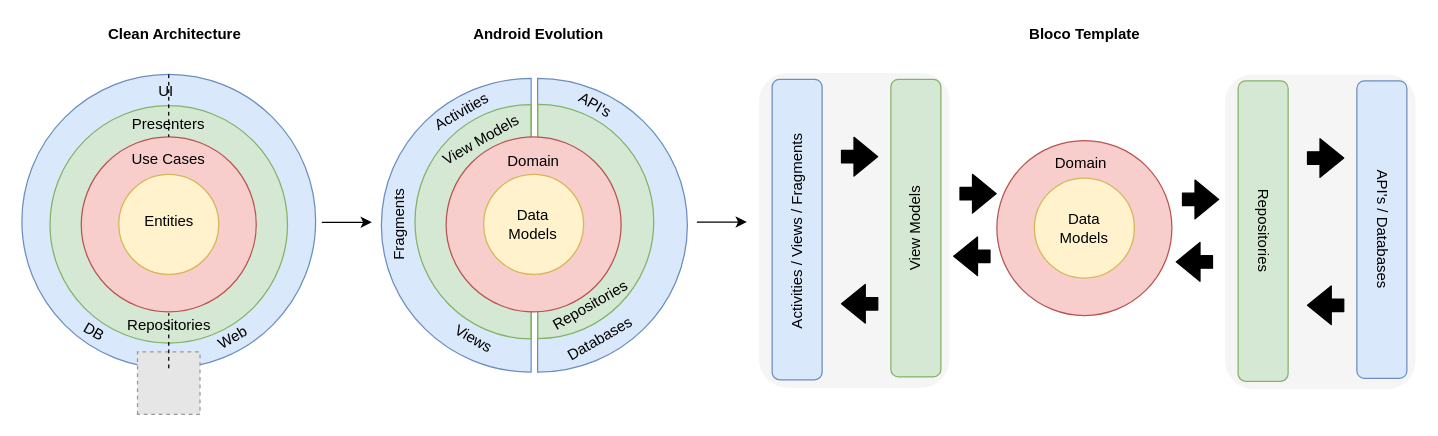
blocoio/android-template keeps this draw.io diagram as images/AndroidTemplate-CleanArchitecture.drawio. Above is the earlier version. Source tidied: cells renumbered, new cells numbered last; positions are measured from the earlier drawing's top-left corner, leaving out a move shared by most shapes. Both pictures are drawn from the tidied source at 125%, with x=0, y=0 at pixel (21, 21). Pictures stored in the file or linked from it are replaced by grey dashed boxes.
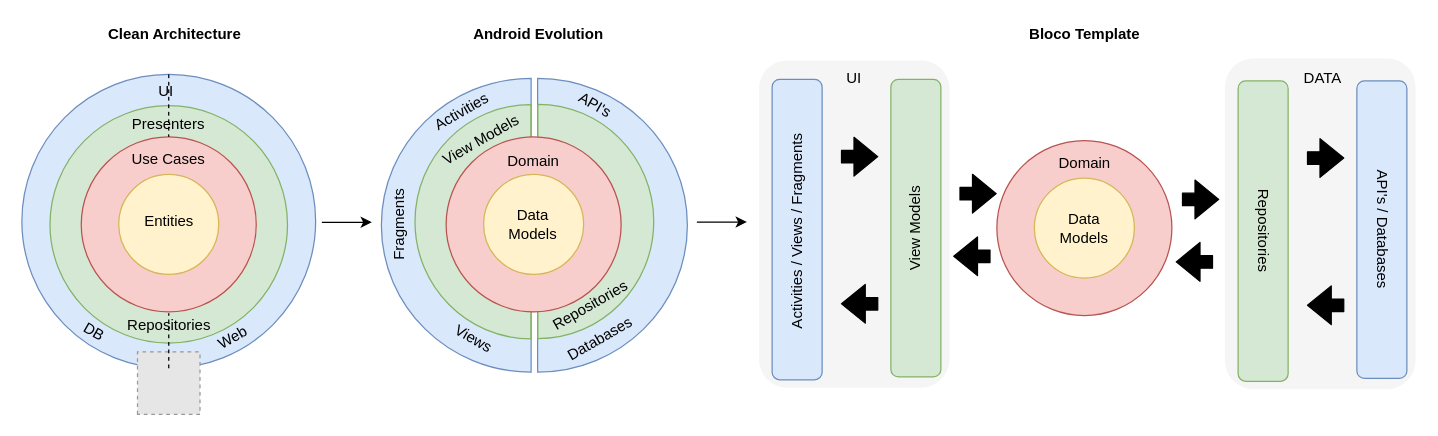
Above is the later version.

Change to the diagram source:
```diff
@@
     <mxCell id="31" value="Data Models" style="text;html=1;strokeColor=none;fillColor=none;align=center;verticalAlign=middle;whiteSpace=wrap;rounded=0;" parent="1" vertex="1">
-      <mxGeometry x="830" y="154.7" width="40" height="20" as="geometry" />
+      <mxGeometry x="830" y="154.9" width="40" height="20" as="geometry" />
     </mxCell>
     <mxCell id="32" value="Domain" style="text;html=1;strokeColor=none;fillColor=none;align=center;verticalAlign=middle;whiteSpace=wrap;rounded=0;rotation=0;" parent="1" vertex="1">
-      <mxGeometry x="816" y="102.9" width="62.5" height="20" as="geometry" />
+      <mxGeometry x="818.8" y="102.8" width="62.5" height="20" as="geometry" />
     </mxCell>
@@
     <mxCell id="35" style="rounded=1;whiteSpace=wrap;html=1;rotation=90;fillColor=#f5f5f5;fontColor=#333333;strokeColor=none;" parent="1" vertex="1">
-      <mxGeometry x="912.8" y="91.7" width="251.8" height="152.5" as="geometry" />
+      <mxGeometry x="906.4" y="85.3" width="264.6" height="152.5" as="geometry" />
     </mxCell>
@@
     <mxCell id="51" style="rounded=1;whiteSpace=wrap;html=1;rotation=90;fillColor=#f5f5f5;fontColor=#333333;strokeColor=none;" parent="1" vertex="1">
-      <mxGeometry x="540" y="90.5" width="251.8" height="152.5" as="geometry" />
+      <mxGeometry x="535" y="85.5" width="261.8" height="152.5" as="geometry" />
     </mxCell>
@@
+    <mxCell id="58" value="UI" style="text;html=1;strokeColor=none;fillColor=none;align=center;verticalAlign=middle;whiteSpace=wrap;rounded=0;" parent="1" vertex="1">
+      <mxGeometry x="645.9" y="35" width="40" height="20" as="geometry" />
+    </mxCell>
+    <mxCell id="59" value="DATA" style="text;html=1;strokeColor=none;fillColor=none;align=center;verticalAlign=middle;whiteSpace=wrap;rounded=0;" parent="1" vertex="1">
+      <mxGeometry x="1020.7" y="35" width="40" height="20" as="geometry" />
+    </mxCell>
```
